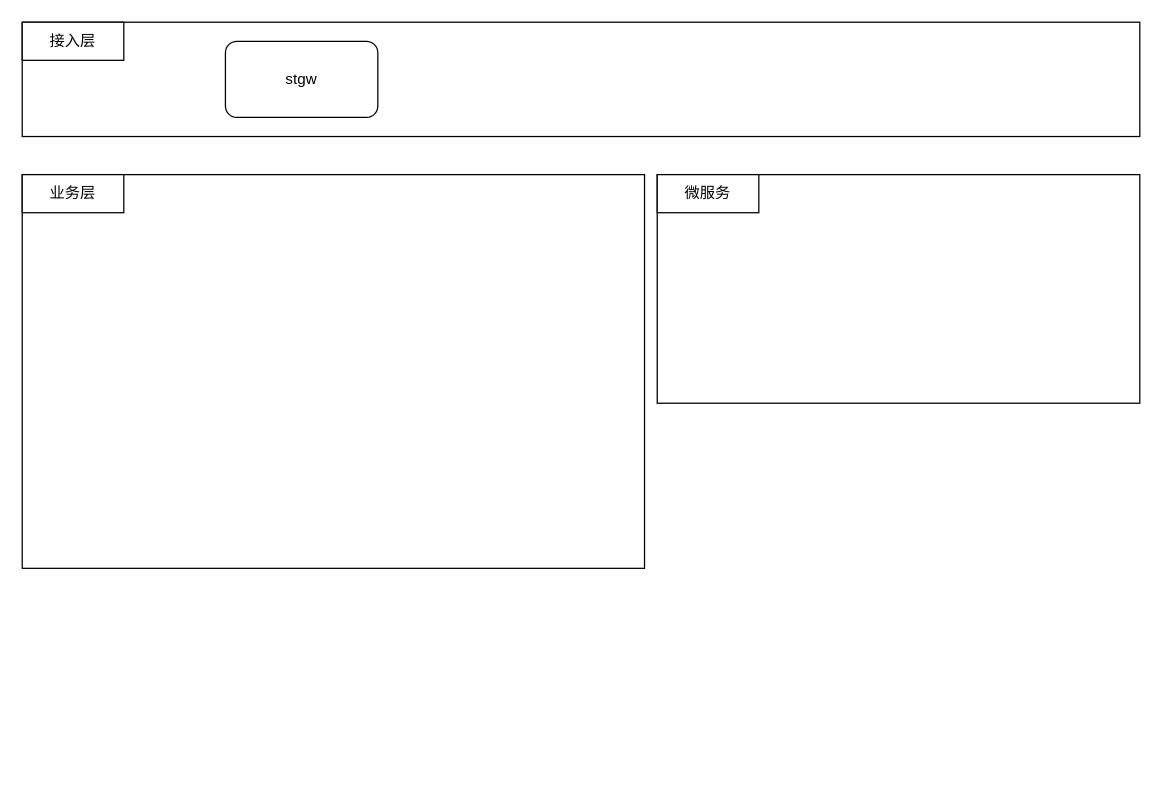
Before: 2020H2架构图.drawio in SaturnRings/draw, a draw.io diagram. Source tidied: cells renumbered, new cells numbered last; positions are measured from the earlier drawing's top-left corner, leaving out a move shared by most shapes. Both pictures are drawn from the tidied source at 127%, with x=0, y=0 at pixel (22, 22).
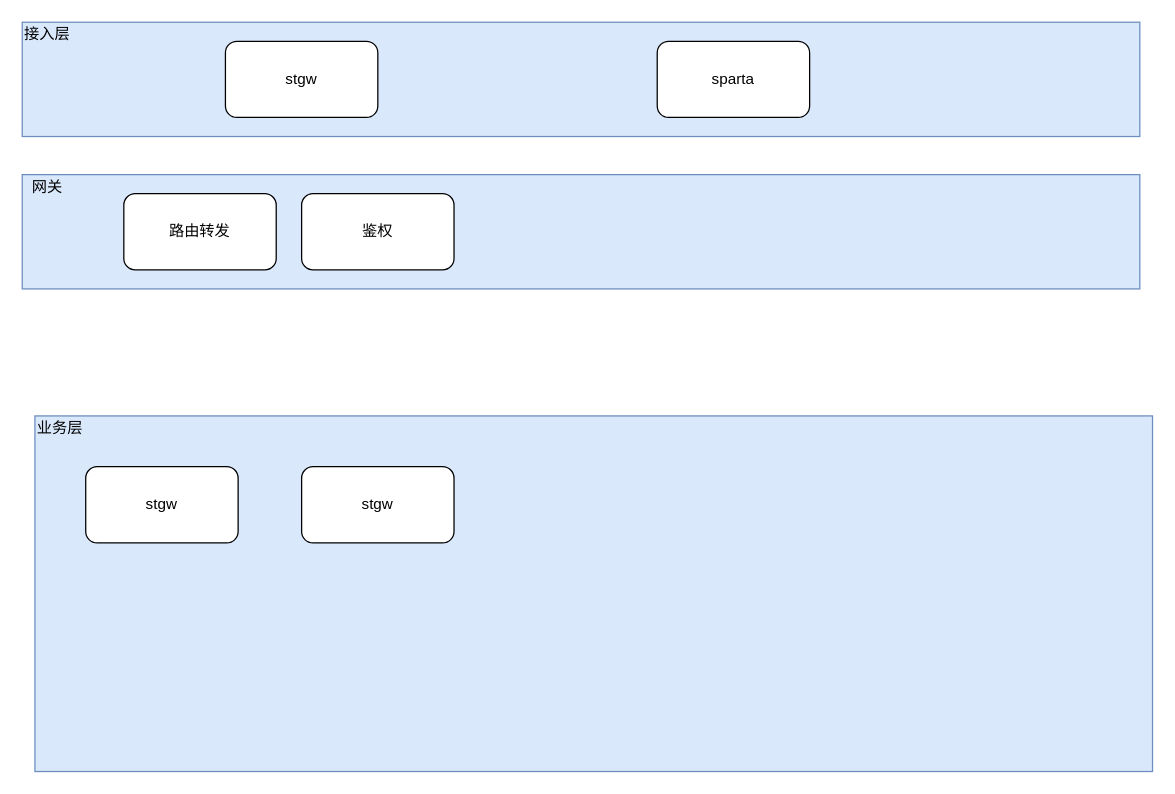
The same diagram, later.

What changed in the source:
```diff
@@
 <mxGraphModel>
   <root>
     <mxCell id="0" />
     <mxCell id="1" parent="0" />
-    <mxCell id="2" style="rounded=0;whiteSpace=wrap;html=1;" parent="1" vertex="1">
+    <mxCell id="2" style="rounded=0;whiteSpace=wrap;html=1;fillColor=#dae8fc;strokeColor=#6c8ebf;" parent="1" vertex="1">
       <mxGeometry width="880" height="90" as="geometry" />
     </mxCell>
+    <mxCell id="4" style="rounded=0;whiteSpace=wrap;html=1;fillColor=#dae8fc;strokeColor=#6c8ebf;" parent="1" vertex="1">
+      <mxGeometry x="10" y="310" width="880" height="280" as="geometry" />
+    </mxCell>
+    <mxCell id="8" value="stgw" style="rounded=1;whiteSpace=wrap;html=1;" parent="1" vertex="1">
+      <mxGeometry x="160" y="15" width="120" height="60" as="geometry" />
+    </mxCell>
-    <mxCell id="3" value="接入层" style="rounded=0;whiteSpace=wrap;html=1;" parent="1" vertex="1">
-      <mxGeometry width="80" height="30" as="geometry" />
+    <mxCell id="3" value="接入层" style="text;html=1;strokeColor=none;fillColor=none;align=center;verticalAlign=middle;whiteSpace=wrap;rounded=0;" parent="1" vertex="1">
+      <mxGeometry width="40" height="20" as="geometry" />
     </mxCell>
-    <mxCell id="4" style="rounded=0;whiteSpace=wrap;html=1;" parent="1" vertex="1">
-      <mxGeometry y="120" width="490" height="310" as="geometry" />
-    </mxCell>
+    <mxCell id="9" value="sparta" style="rounded=1;whiteSpace=wrap;html=1;" parent="1" vertex="1">
+      <mxGeometry x="500" y="15" width="120" height="60" as="geometry" />
+    </mxCell>
-    <mxCell id="5" value="业务层" style="rounded=0;whiteSpace=wrap;html=1;" parent="1" vertex="1">
-      <mxGeometry y="120" width="80" height="30" as="geometry" />
+    <mxCell id="5" value="业务层" style="text;html=1;strokeColor=none;fillColor=none;align=center;verticalAlign=middle;whiteSpace=wrap;rounded=0;" parent="1" vertex="1">
+      <mxGeometry x="10" y="310" width="40" height="20" as="geometry" />
     </mxCell>
-    <mxCell id="6" style="rounded=0;whiteSpace=wrap;html=1;" parent="1" vertex="1">
-      <mxGeometry x="500" y="120" width="380" height="180" as="geometry" />
-    </mxCell>
-    <mxCell id="7" value="微服务" style="rounded=0;whiteSpace=wrap;html=1;" parent="1" vertex="1">
-      <mxGeometry x="500" y="120" width="80" height="30" as="geometry" />
-    </mxCell>
-    <mxCell id="8" value="stgw" style="rounded=1;whiteSpace=wrap;html=1;" parent="1" vertex="1">
-      <mxGeometry x="160" y="15" width="120" height="60" as="geometry" />
-    </mxCell>
+    <mxCell id="10" value="stgw" style="rounded=1;whiteSpace=wrap;html=1;" parent="1" vertex="1">
+      <mxGeometry x="50" y="350" width="120" height="60" as="geometry" />
+    </mxCell>
+    <mxCell id="11" value="stgw" style="rounded=1;whiteSpace=wrap;html=1;" parent="1" vertex="1">
+      <mxGeometry x="220" y="350" width="120" height="60" as="geometry" />
+    </mxCell>
+    <mxCell id="12" style="rounded=0;whiteSpace=wrap;html=1;fillColor=#dae8fc;strokeColor=#6c8ebf;" parent="1" vertex="1">
+      <mxGeometry y="120" width="880" height="90" as="geometry" />
+    </mxCell>
+    <mxCell id="13" value="路由转发" style="rounded=1;whiteSpace=wrap;html=1;" parent="1" vertex="1">
+      <mxGeometry x="80" y="135" width="120" height="60" as="geometry" />
+    </mxCell>
+    <mxCell id="14" value="网关" style="text;html=1;strokeColor=none;fillColor=none;align=center;verticalAlign=middle;whiteSpace=wrap;rounded=0;" parent="1" vertex="1">
+      <mxGeometry y="120" width="40" height="20" as="geometry" />
+    </mxCell>
+    <mxCell id="15" value="鉴权" style="rounded=1;whiteSpace=wrap;html=1;" parent="1" vertex="1">
+      <mxGeometry x="220" y="135" width="120" height="60" as="geometry" />
+    </mxCell>
   </root>
 </mxGraphModel>
```
